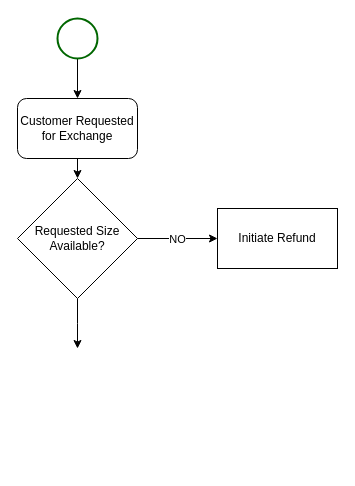
SaketNarayane/ProcessFlows keeps this draw.io diagram as Exchange.drawio. Above is the earlier version. Source tidied: cells renumbered, new cells numbered last; positions are measured from the earlier drawing's top-left corner, leaving out a move shared by most shapes. Both pictures are drawn from the tidied source at 100%, with x=0, y=0 at pixel (17, 18).
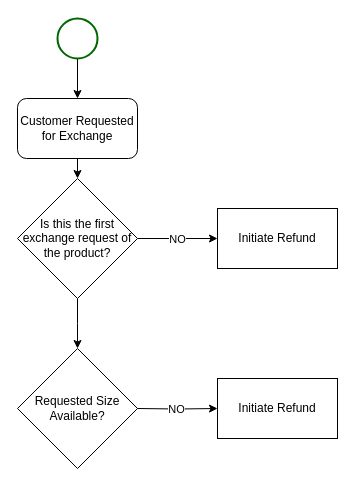
After the change.

Change to the diagram source:
```diff
@@
 <mxGraphModel>
   <root>
     <mxCell id="0" />
     <mxCell id="1" parent="0" />
     <mxCell id="2" style="edgeStyle=orthogonalEdgeStyle;rounded=0;jettySize=auto;html=1;exitX=0.5;exitY=1;exitDx=0;exitDy=0;entryX=0.5;entryY=0;entryDx=0;entryDy=0;" parent="1" edge="1" source="3" target="9">
       <mxGeometry relative="1" as="geometry" />
     </mxCell>
     <mxCell id="3" value="Customer Requested for Exchange" style="rounded=1;whiteSpace=wrap;html=1;" parent="1" vertex="1">
       <mxGeometry y="80" width="120" height="60" as="geometry" />
     </mxCell>
     <mxCell id="4" style="edgeStyle=orthogonalEdgeStyle;rounded=0;jettySize=auto;html=1;exitX=0.5;exitY=1;exitDx=0;exitDy=0;exitPerimeter=0;entryX=0.5;entryY=0;entryDx=0;entryDy=0;" parent="1" edge="1" source="5" target="3">
       <mxGeometry relative="1" as="geometry" />
     </mxCell>
     <mxCell id="5" style="strokeWidth=2;html=1;shape=mxgraph.flowchart.start_2;whiteSpace=wrap;strokeColor=#006600;" parent="1" vertex="1">
       <mxGeometry x="40" width="40" height="40" as="geometry" />
     </mxCell>
     <mxCell id="6" style="edgeStyle=orthogonalEdgeStyle;rounded=0;jettySize=auto;html=1;exitX=1;exitY=0.5;exitDx=0;exitDy=0;entryX=0;entryY=0.5;entryDx=0;entryDy=0;" parent="1" edge="1" source="9" target="10">
       <mxGeometry relative="1" as="geometry" />
     </mxCell>
     <mxCell id="7" value="NO" style="edgeLabel;html=1;align=center;verticalAlign=middle;" parent="6" vertex="1">
       <mxGeometry x="-0.03" relative="1" as="geometry" />
     </mxCell>
     <mxCell id="8" style="edgeStyle=orthogonalEdgeStyle;rounded=0;jettySize=auto;html=1;exitX=0.5;exitY=1;exitDx=0;exitDy=0;" parent="1" edge="1" source="9">
       <mxGeometry relative="1" as="geometry">
         <mxPoint x="60" y="330" as="targetPoint" />
       </mxGeometry>
     </mxCell>
-    <mxCell id="9" value="Requested Size Available?" style="rhombus;whiteSpace=wrap;html=1;" parent="1" vertex="1">
+    <mxCell id="9" value="Is this the first exchange request of the product?" style="rhombus;whiteSpace=wrap;html=1;" parent="1" vertex="1">
       <mxGeometry y="160" width="120" height="120" as="geometry" />
     </mxCell>
     <mxCell id="10" value="Initiate Refund" style="whiteSpace=wrap;html=1;" parent="1" vertex="1">
       <mxGeometry x="200" y="190" width="120" height="60" as="geometry" />
     </mxCell>
+    <mxCell id="11" value="Requested Size Available?" style="rhombus;whiteSpace=wrap;html=1;" parent="1" vertex="1">
+      <mxGeometry y="330" width="120" height="120" as="geometry" />
+    </mxCell>
+    <mxCell id="12" style="edgeStyle=orthogonalEdgeStyle;rounded=0;jettySize=auto;html=1;exitX=1;exitY=0.5;exitDx=0;exitDy=0;entryX=0;entryY=0.5;entryDx=0;entryDy=0;" parent="1" edge="1" target="14">
+      <mxGeometry relative="1" as="geometry">
+        <mxPoint x="120" y="390" as="sourcePoint" />
+      </mxGeometry>
+    </mxCell>
+    <mxCell id="13" value="NO" style="edgeLabel;html=1;align=center;verticalAlign=middle;" parent="12" vertex="1">
+      <mxGeometry x="-0.03" relative="1" as="geometry" />
+    </mxCell>
+    <mxCell id="14" value="Initiate Refund" style="whiteSpace=wrap;html=1;" parent="1" vertex="1">
+      <mxGeometry x="200" y="360" width="120" height="60" as="geometry" />
+    </mxCell>
   </root>
 </mxGraphModel>
```
